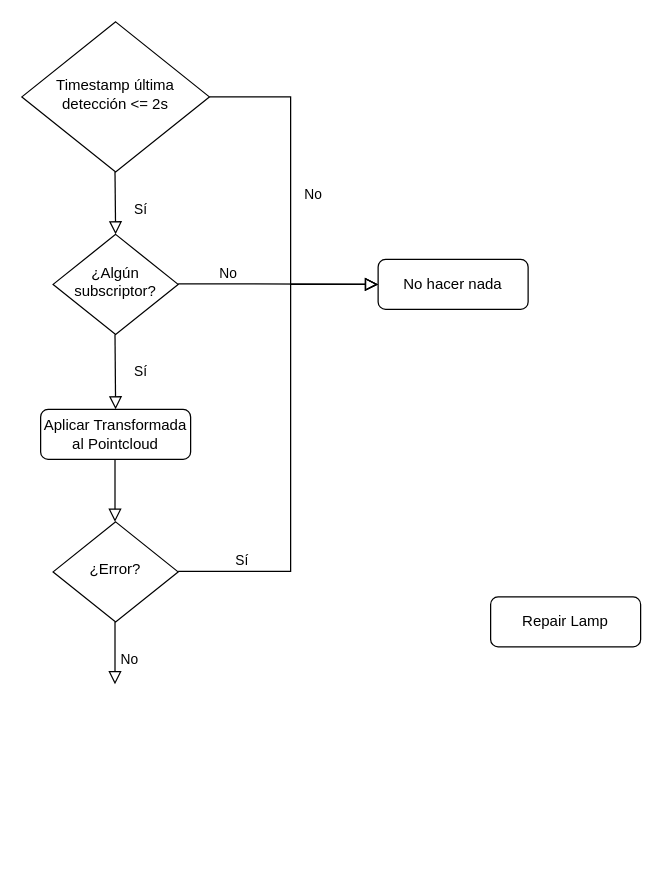
The draw.io diagram diagrams/algorithm_darknetros/flowchart.drawio in fgonzalezr1998/tfg_src, before the edit. Source tidied: cells renumbered, new cells numbered last; positions are measured from the earlier drawing's top-left corner, leaving out a move shared by most shapes. Both pictures are drawn from the tidied source at 125%, with x=0, y=0 at pixel (21, 21).
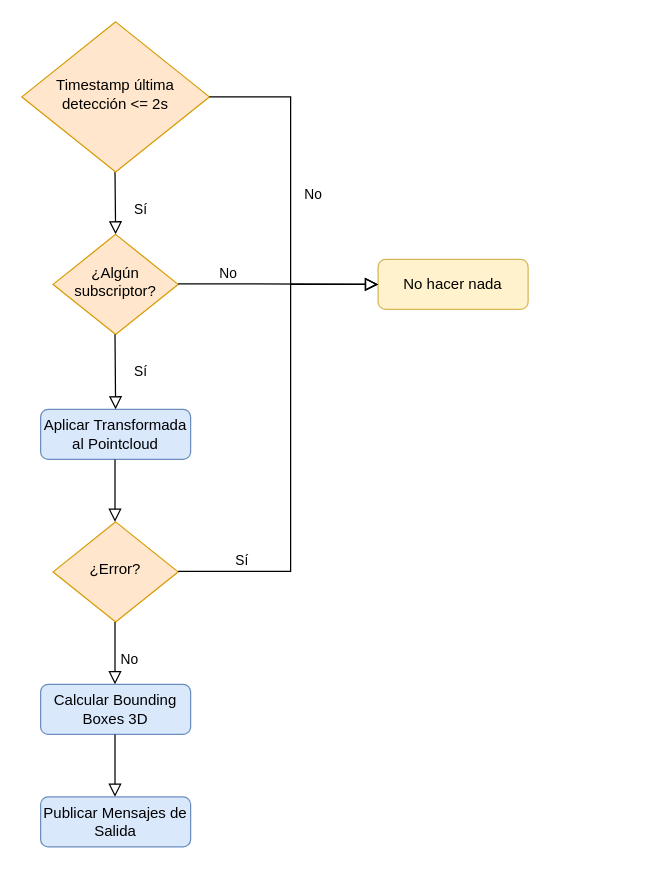
After the change.

What changed in the source:
```diff
@@
-    <mxCell id="3" value="¿Algún subscriptor?" style="rhombus;whiteSpace=wrap;html=1;shadow=0;fontFamily=Helvetica;fontSize=12;align=center;strokeWidth=1;spacing=6;spacingTop=-4;" parent="1" vertex="1">
+    <mxCell id="3" value="¿Algún subscriptor?" style="rhombus;whiteSpace=wrap;html=1;shadow=0;fontFamily=Helvetica;fontSize=12;align=center;strokeWidth=1;spacing=6;spacingTop=-4;fillColor=#ffe6cc;strokeColor=#d79b00;" parent="1" vertex="1">
       <mxGeometry x="25" y="170" width="100" height="80" as="geometry" />
     </mxCell>
-    <mxCell id="4" value="No hacer nada" style="rounded=1;whiteSpace=wrap;html=1;fontSize=12;glass=0;strokeWidth=1;shadow=0;" parent="1" vertex="1">
+    <mxCell id="4" value="No hacer nada" style="rounded=1;whiteSpace=wrap;html=1;fontSize=12;glass=0;strokeWidth=1;shadow=0;fillColor=#fff2cc;strokeColor=#d6b656;" parent="1" vertex="1">
       <mxGeometry x="285" y="190" width="120" height="40" as="geometry" />
     </mxCell>
-    <mxCell id="5" value="Repair Lamp" style="rounded=1;whiteSpace=wrap;html=1;fontSize=12;glass=0;strokeWidth=1;shadow=0;" parent="1" vertex="1">
-      <mxGeometry x="375" y="460" width="120" height="40" as="geometry" />
+    <mxCell id="5" value="Calcular Bounding Boxes 3D" style="rounded=1;whiteSpace=wrap;html=1;fontSize=12;glass=0;strokeWidth=1;shadow=0;fillColor=#dae8fc;strokeColor=#6c8ebf;" parent="1" vertex="1">
+      <mxGeometry x="15" y="530" width="120" height="40" as="geometry" />
     </mxCell>
-    <mxCell id="6" value="Timestamp última detección &amp;lt;= 2s" style="rhombus;whiteSpace=wrap;html=1;shadow=0;fontFamily=Helvetica;fontSize=12;align=center;strokeWidth=1;spacing=6;spacingTop=-4;" parent="1" vertex="1">
+    <mxCell id="6" value="Timestamp última detección &amp;lt;= 2s" style="rhombus;whiteSpace=wrap;html=1;shadow=0;fontFamily=Helvetica;fontSize=12;align=center;strokeWidth=1;spacing=6;spacingTop=-4;fillColor=#ffe6cc;strokeColor=#d79b00;" parent="1" vertex="1">
       <mxGeometry width="150" height="120" as="geometry" />
     </mxCell>
@@
-    <mxCell id="8" value="Aplicar Transformada al Pointcloud" style="rounded=1;whiteSpace=wrap;html=1;fontSize=12;glass=0;strokeWidth=1;shadow=0;" parent="1" vertex="1">
+    <mxCell id="8" value="Aplicar Transformada al Pointcloud" style="rounded=1;whiteSpace=wrap;html=1;fontSize=12;glass=0;strokeWidth=1;shadow=0;fillColor=#dae8fc;strokeColor=#6c8ebf;" parent="1" vertex="1">
       <mxGeometry x="15" y="310" width="120" height="40" as="geometry" />
     </mxCell>
-    <mxCell id="9" value="¿Error?" style="rhombus;whiteSpace=wrap;html=1;shadow=0;fontFamily=Helvetica;fontSize=12;align=center;strokeWidth=1;spacing=6;spacingTop=-4;" parent="1" vertex="1">
+    <mxCell id="9" value="¿Error?" style="rhombus;whiteSpace=wrap;html=1;shadow=0;fontFamily=Helvetica;fontSize=12;align=center;strokeWidth=1;spacing=6;spacingTop=-4;fillColor=#ffe6cc;strokeColor=#d79b00;" parent="1" vertex="1">
       <mxGeometry x="25" y="400" width="100" height="80" as="geometry" />
     </mxCell>
@@
+    <mxCell id="15" style="rounded=0;html=1;jettySize=auto;orthogonalLoop=1;fontSize=11;endArrow=block;endFill=0;endSize=8;strokeWidth=1;shadow=0;labelBackgroundColor=none;edgeStyle=orthogonalEdgeStyle;" parent="1" edge="1">
+      <mxGeometry x="0.6" y="71" relative="1" as="geometry">
+        <mxPoint x="74.5" y="570" as="sourcePoint" />
+        <mxPoint x="74.5" y="620" as="targetPoint" />
+      </mxGeometry>
+    </mxCell>
+    <mxCell id="16" value="Publicar Mensajes de Salida" style="rounded=1;whiteSpace=wrap;html=1;fontSize=12;glass=0;strokeWidth=1;shadow=0;fillColor=#dae8fc;strokeColor=#6c8ebf;" parent="1" vertex="1">
+      <mxGeometry x="15" y="620" width="120" height="40" as="geometry" />
+    </mxCell>
```
